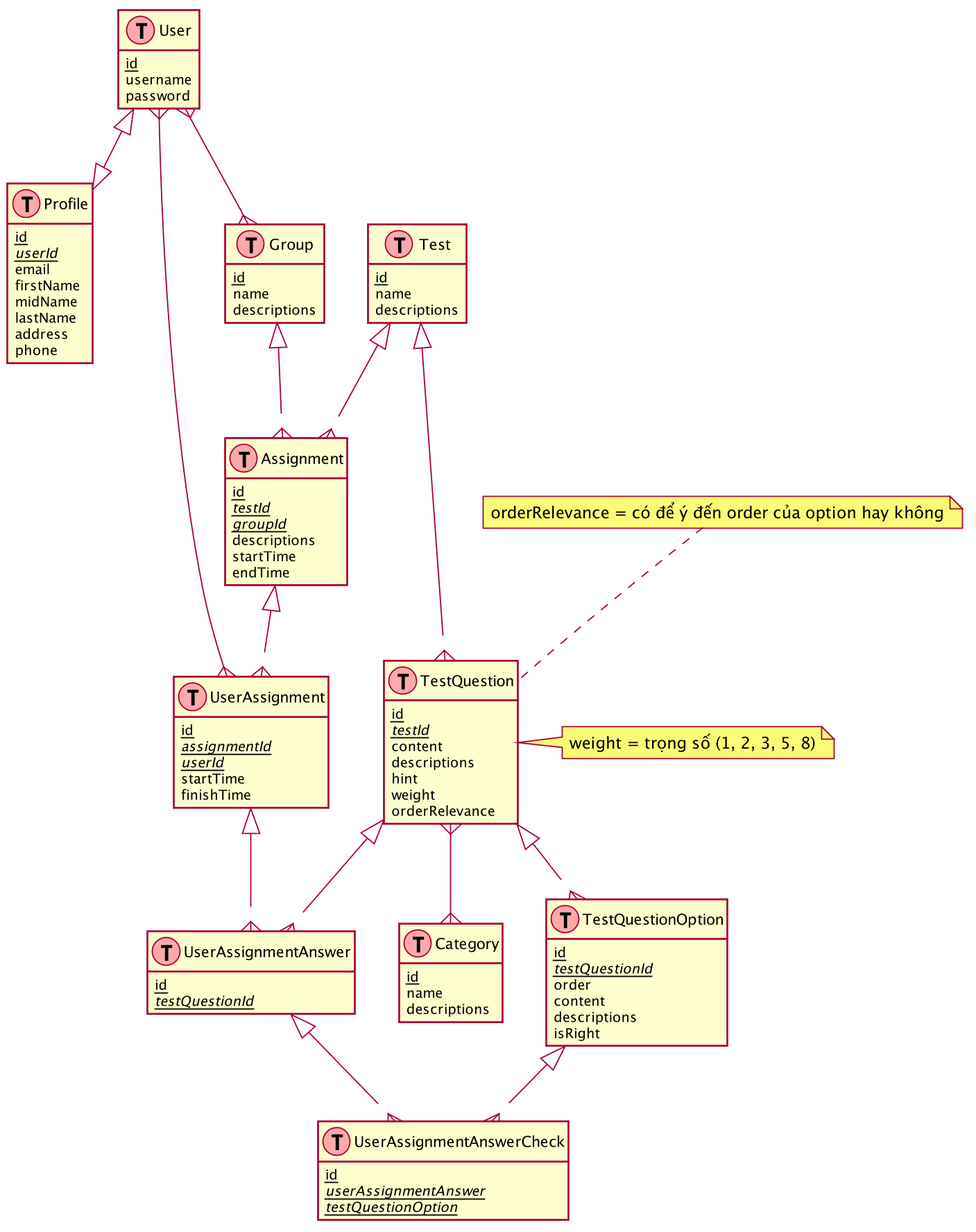
binhsonnguyen/master-quiz keeps this PlantUML diagram as database-diagram.png. Above is the earlier version. Its source is kept beside it as database-diagram.puml.
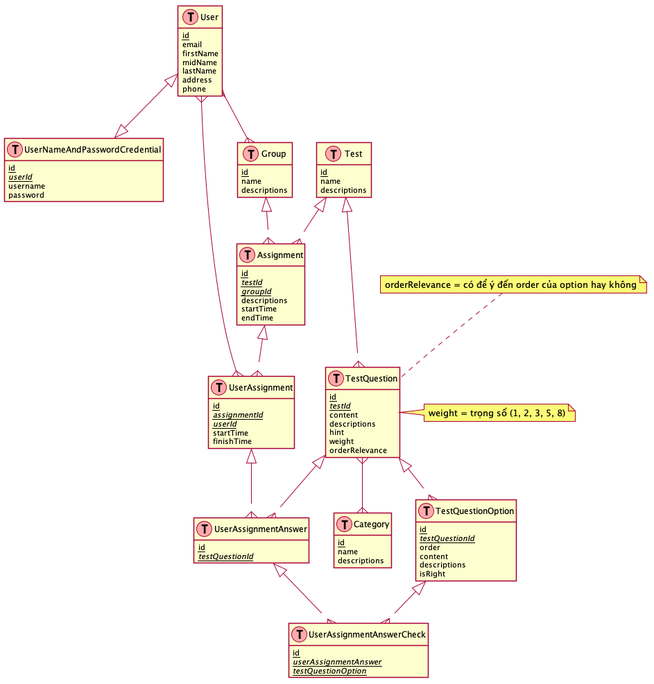
The same file after the commit.

Commit message:
update database diagram

extract user's crediential from user

Diff of the diagram source:
```diff
@@ -8,8 +8,12 @@
 
 table(User) {
   pk(id)
-  username
-  password
+  email
+  firstName
+  midName
+  lastName
+  address
+  phone
 }
 
 table(Group) {
@@ -18,15 +22,11 @@
   descriptions
 }
 
-table(Profile) {
+table(UserNameAndPasswordCredential) {
   pk(id)
   fk(userId)
-  email
-  firstName
-  midName
-  lastName
-  address
-  phone
+  username
+  password
 }
 
 table(Test) {
@@ -91,8 +91,8 @@
 note right of TestQuestion: weight = trọng số (1, 2, 3, 5, 8)
 note top of TestQuestion: orderRelevance = có để ý đến order của option hay không
 
-User <|--|> Profile
 User }--{ Group
+User <|--|> UserNameAndPasswordCredential
 Test <|--{ TestQuestion
 TestQuestion <|--{ TestQuestionOption
 TestQuestion }--{ Category
```
